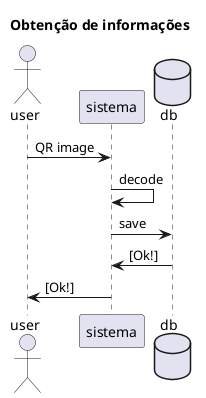
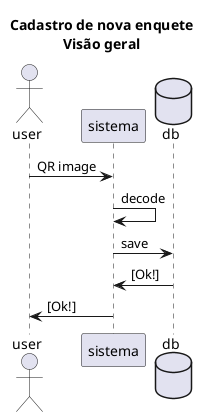
@startuml

- title Obtenção de informações
+ title Cadastro de nova enquete\nVisão geral

actor user
participant sistema
database db

user -> sistema : QR image

sistema -> sistema : decode

sistema -> db : save

sistema <- db : [Ok!]

user <- sistema : [Ok!]

@enduml